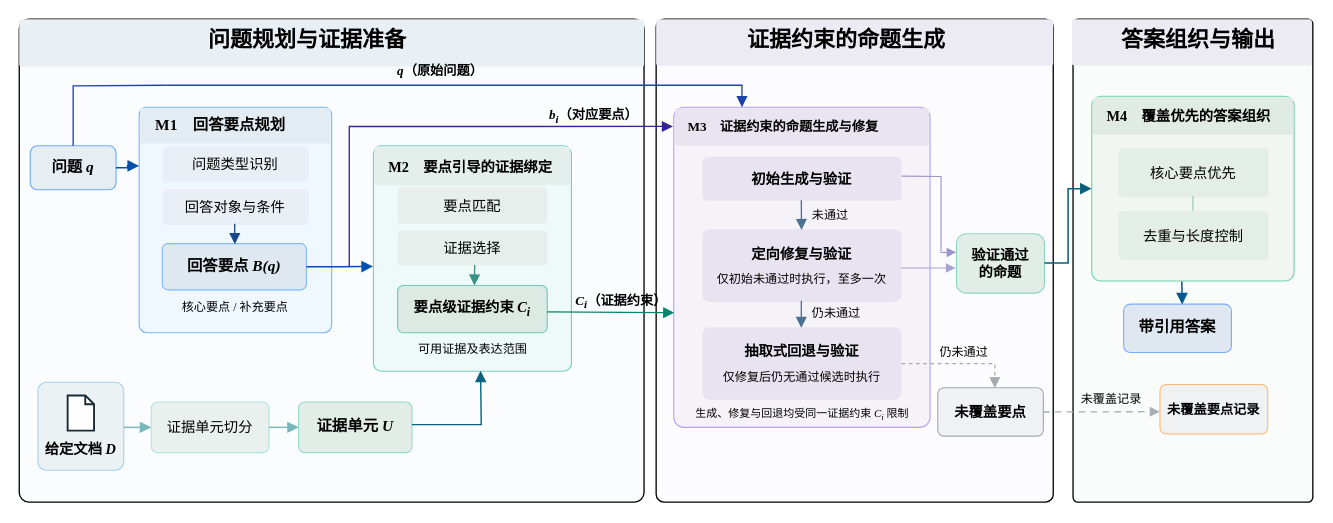
The draw.io diagram 20261019方法框架图.drawio in handsome-tony/picture, before the edit. Source tidied: cells renumbered, new cells numbered last; positions are measured from the earlier drawing's top-left corner, leaving out a move shared by most shapes. Both pictures are drawn from the tidied source at 110%, with x=0, y=0 at pixel (19, 19).
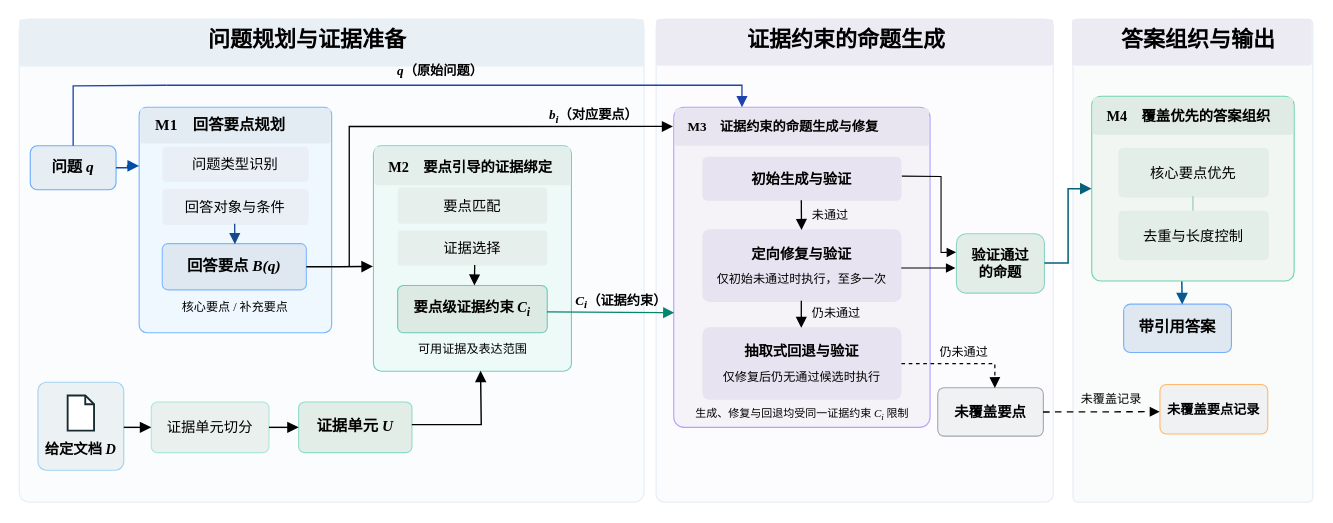
After the change.

Commit message:
更新20261019方法框架图.drawio

The change refers to these unchanged cells:
```xml
<mxCell id="13" value="回答要点 &lt;i&gt;B(q)&lt;/i&gt;" style="rounded=1;arcSize=12;whiteSpace=wrap;html=1;fillColor=#DFE8F0;strokeColor=#7EB9FF;strokeWidth=1;fontColor=#000000;fontFamily=Times New Roman;fontSize=14;fontStyle=1;" parent="1" vertex="1">
  <mxGeometry x="130" y="204" width="131" height="42" as="geometry" />
</mxCell>
<mxCell id="16" style="rounded=1;arcSize=10;whiteSpace=wrap;html=1;fillColor=#ECF2F3;strokeColor=#A1D1F2;strokeWidth=1;fontFamily=Times New Roman;fontColor=#000000;" parent="1" vertex="1">
  <mxGeometry x="17" y="330" width="78" height="80" as="geometry" />
</mxCell>
<mxCell id="22" value="证据单元切分" style="rounded=1;arcSize=12;whiteSpace=wrap;html=1;fillColor=#E9F0ED;strokeColor=#ACE7D7;strokeWidth=1;fontColor=#000000;fontFamily=Times New Roman;fontSize=13;" parent="1" vertex="1">
  <mxGeometry x="120" y="348" width="107" height="46" as="geometry" />
</mxCell>
<mxCell id="23" value="证据单元 &lt;i&gt;U&lt;/i&gt;" style="rounded=1;arcSize=12;whiteSpace=wrap;html=1;fillColor=#E3EDE8;strokeColor=#91DCC7;strokeWidth=1;fontColor=#000000;fontFamily=Times New Roman;fontSize=14;fontStyle=1;" parent="1" vertex="1">
  <mxGeometry x="254" y="348" width="103" height="46" as="geometry" />
</mxCell>
<mxCell id="24" style="rounded=1;arcSize=4;whiteSpace=wrap;html=1;fillColor=#EDFAF7;strokeColor=#73CFC3;strokeWidth=1;fontFamily=Times New Roman;fontColor=#000000;" parent="1" vertex="1">
  <mxGeometry x="322" y="115" width="180" height="205" as="geometry" />
</mxCell>
<mxCell id="27" value="证据选择" style="rounded=1;arcSize=10;whiteSpace=wrap;html=1;fillColor=#E7EFED;strokeColor=none;fontColor=#000000;fontFamily=Times New Roman;fontSize=13;" parent="1" vertex="1">
  <mxGeometry x="344" y="192" width="136" height="32" as="geometry" />
</mxCell>
<mxCell id="28" value="要点级证据约束 &lt;i&gt;C&lt;sub&gt;i&lt;/sub&gt;&lt;/i&gt;" style="rounded=1;arcSize=12;whiteSpace=wrap;html=1;fillColor=#DDE9E3;strokeColor=#6BCCB7;strokeWidth=1;fontColor=#000000;fontFamily=Times New Roman;fontSize=13;fontStyle=1;" parent="1" vertex="1">
  <mxGeometry x="344" y="242" width="136" height="43" as="geometry" />
</mxCell>
<mxCell id="30" style="rounded=1;arcSize=4;whiteSpace=wrap;html=1;fillColor=#F5F3F8;strokeColor=#B3A0FF;strokeWidth=1;fontFamily=Times New Roman;fontColor=#000000;" parent="1" vertex="1">
  <mxGeometry x="595" y="80" width="233" height="291" as="geometry" />
</mxCell>
<mxCell id="32" value="初始生成与验证" style="rounded=1;arcSize=12;whiteSpace=wrap;html=1;fillColor=#E8E3F0;strokeColor=none;fontColor=#000000;fontFamily=Times New Roman;fontSize=13;fontStyle=1;" parent="1" vertex="1">
  <mxGeometry x="621" y="125" width="181" height="40" as="geometry" />
</mxCell>
<mxCell id="33" value="&lt;div style=&quot;font-size:13px;font-weight:bold;&quot;&gt;定向修复与验证&lt;/div&gt;&lt;div style=&quot;font-size:11px;margin-top:8px;&quot;&gt;仅初始未通过时执行，至多一次&lt;/div&gt;" style="rounded=1;arcSize=10;whiteSpace=wrap;html=1;fillColor=#E8E3F0;strokeColor=none;fontColor=#000000;fontFamily=Times New Roman;fontSize=12;spacing=5;" parent="1" vertex="1">
  <mxGeometry x="621" y="191" width="181" height="66" as="geometry" />
</mxCell>
<mxCell id="34" value="&lt;div style=&quot;font-size:13px;font-weight:bold;&quot;&gt;抽取式回退与验证&lt;/div&gt;&lt;div style=&quot;font-size:11px;margin-top:8px;&quot;&gt;仅修复后仍无通过候选时执行&lt;/div&gt;" style="rounded=1;arcSize=10;whiteSpace=wrap;html=1;fillColor=#E8E3F0;strokeColor=none;fontColor=#000000;fontFamily=Times New Roman;fontSize=12;spacing=5;" parent="1" vertex="1">
  <mxGeometry x="621" y="280" width="181" height="66" as="geometry" />
</mxCell>
<mxCell id="36" value="验证通过&lt;br&gt;的命题" style="rounded=1;arcSize=16;whiteSpace=wrap;html=1;fillColor=#E3EDE8;strokeColor=#8CD5BF;strokeWidth=1;fontColor=#000000;fontFamily=Times New Roman;fontSize=13;fontStyle=1;" parent="1" vertex="1">
  <mxGeometry x="852" y="195" width="80" height="54" as="geometry" />
</mxCell>
<mxCell id="37" value="未覆盖要点" style="rounded=1;arcSize=13;whiteSpace=wrap;html=1;fillColor=#F0F1F3;strokeColor=#A3A6AE;strokeWidth=1;fontColor=#000000;fontFamily=Times New Roman;fontSize=13;fontStyle=1;" parent="1" vertex="1">
  <mxGeometry x="835" y="335" width="96" height="44" as="geometry" />
</mxCell>
<mxCell id="43" value="未覆盖要点记录" style="rounded=1;arcSize=13;whiteSpace=wrap;html=1;fillColor=#F0F1F3;strokeColor=#FFB86D;strokeWidth=1;fontColor=#000000;fontFamily=Times New Roman;fontSize=12;fontStyle=1;" parent="1" vertex="1">
  <mxGeometry x="1037" y="332" width="98" height="45" as="geometry" />
</mxCell>
```

The edit, as a diff of the source:
```diff
@@
-    <mxCell id="3" style="rounded=1;arcSize=2;whiteSpace=wrap;html=1;fillColor=#FAFCFE;strokeColor=#000000;strokeWidth=1.2;fontFamily=Times New Roman;fontColor=#000000;" parent="1" vertex="1">
+    <mxCell id="3" style="rounded=1;arcSize=2;whiteSpace=wrap;html=1;fillColor=#FAFCFE;strokeColor=#E8EFF5;strokeWidth=1.2;fontFamily=Times New Roman;fontColor=#000000;" parent="1" vertex="1">
       <mxGeometry width="568" height="439" as="geometry" />
     </mxCell>
-    <mxCell id="4" style="rounded=1;arcSize=2;whiteSpace=wrap;html=1;fillColor=#FCFBFD;strokeColor=#000000;strokeWidth=1.2;fontFamily=Times New Roman;fontColor=#000000;" parent="1" vertex="1">
+    <mxCell id="4" style="rounded=1;arcSize=2;whiteSpace=wrap;html=1;fillColor=#FCFBFD;strokeColor=#E8EFF5;strokeWidth=1.2;fontFamily=Times New Roman;fontColor=#000000;" parent="1" vertex="1">
       <mxGeometry x="579" width="361" height="439" as="geometry" />
     </mxCell>
-    <mxCell id="5" style="rounded=1;arcSize=2;whiteSpace=wrap;html=1;fillColor=#FAFCFB;strokeColor=#000000;strokeWidth=1.2;fontFamily=Times New Roman;fontColor=#000000;" parent="1" vertex="1">
+    <mxCell id="5" style="rounded=1;arcSize=2;whiteSpace=wrap;html=1;fillColor=#FAFCFB;strokeColor=#E8EFF5;strokeWidth=1.2;fontFamily=Times New Roman;fontColor=#000000;" parent="1" vertex="1">
       <mxGeometry x="958" width="218" height="439" as="geometry" />
     </mxCell>
@@
-    <mxCell id="49" style="edgeStyle=orthogonalEdgeStyle;rounded=0;html=1;endArrow=block;endFill=1;endSize=7;strokeColor=#004EB2;strokeWidth=1.4;entryX=-0.002;entryY=0.535;entryDx=0;entryDy=0;entryPerimeter=0;exitX=1;exitY=0.5;exitDx=0;exitDy=0;fontFamily=Times New Roman;fontColor=#000000;" parent="1" edge="1" source="13" target="24">
+    <mxCell id="49" style="edgeStyle=orthogonalEdgeStyle;rounded=0;html=1;endArrow=block;endFill=1;endSize=7;strokeColor=#000000;strokeWidth=1.4;entryX=-0.002;entryY=0.535;entryDx=0;entryDy=0;entryPerimeter=0;exitX=1;exitY=0.5;exitDx=0;exitDy=0;fontFamily=Times New Roman;fontColor=#000000;" parent="1" edge="1" source="13" target="24">
       <mxGeometry relative="1" as="geometry" />
     </mxCell>
-    <mxCell id="50" style="edgeStyle=orthogonalEdgeStyle;rounded=0;html=1;endArrow=block;endFill=1;endSize=7;strokeColor=#79B9BC;strokeWidth=1.3;exitX=1;exitY=0.5125;entryX=0;entryY=0.5;fontFamily=Times New Roman;fontColor=#000000;" parent="1" edge="1" source="16" target="22">
+    <mxCell id="50" style="edgeStyle=orthogonalEdgeStyle;rounded=0;html=1;endArrow=block;endFill=1;endSize=7;strokeColor=#000000;strokeWidth=1.3;exitX=1;exitY=0.5125;entryX=0;entryY=0.5;fontFamily=Times New Roman;fontColor=#000000;" parent="1" edge="1" source="16" target="22">
       <mxGeometry relative="1" as="geometry" />
     </mxCell>
-    <mxCell id="51" style="edgeStyle=orthogonalEdgeStyle;rounded=0;html=1;endArrow=block;endFill=1;endSize=7;strokeColor=#77B7B9;strokeWidth=1.3;exitX=1;exitY=0.5;entryX=0;entryY=0.5;fontFamily=Times New Roman;fontColor=#000000;" parent="1" edge="1" source="22" target="23">
+    <mxCell id="51" style="edgeStyle=orthogonalEdgeStyle;rounded=0;html=1;endArrow=block;endFill=1;endSize=7;strokeColor=#000000;strokeWidth=1.3;exitX=1;exitY=0.5;entryX=0;entryY=0.5;fontFamily=Times New Roman;fontColor=#000000;" parent="1" edge="1" source="22" target="23">
       <mxGeometry relative="1" as="geometry" />
     </mxCell>
-    <mxCell id="52" style="edgeStyle=none;rounded=0;html=1;endArrow=block;endFill=1;endSize=7;strokeColor=#086481;strokeWidth=1.3;exitX=0.999;exitY=0.446;exitDx=0;exitDy=0;exitPerimeter=0;entryX=0.541;entryY=0.998;entryDx=0;entryDy=0;entryPerimeter=0;fontFamily=Times New Roman;fontColor=#000000;" parent="1" edge="1" source="23" target="24">
+    <mxCell id="52" style="edgeStyle=none;rounded=0;html=1;endArrow=block;endFill=1;endSize=7;strokeColor=#000000;strokeWidth=1.3;exitX=0.999;exitY=0.446;exitDx=0;exitDy=0;exitPerimeter=0;entryX=0.541;entryY=0.998;entryDx=0;entryDy=0;entryPerimeter=0;fontFamily=Times New Roman;fontColor=#000000;" parent="1" edge="1" source="23" target="24">
       <mxGeometry relative="1" as="geometry">
         <Array as="points">
           <mxPoint x="420" y="368.5" />
         </Array>
       </mxGeometry>
     </mxCell>
-    <mxCell id="53" style="edgeStyle=none;rounded=0;html=1;endArrow=block;endFill=1;endSize=7;strokeColor=#3E8F84;strokeWidth=1.2;exitX=0.515;exitY=0.981;exitDx=0;exitDy=0;exitPerimeter=0;entryX=0.513;entryY=0.001;entryDx=0;entryDy=0;entryPerimeter=0;fontFamily=Times New Roman;fontColor=#000000;" parent="1" edge="1" source="27" target="28">
+    <mxCell id="53" style="edgeStyle=none;rounded=0;html=1;endArrow=block;endFill=1;endSize=7;strokeColor=#000000;strokeWidth=1.2;exitX=0.515;exitY=0.981;exitDx=0;exitDy=0;exitPerimeter=0;entryX=0.513;entryY=0.001;entryDx=0;entryDy=0;entryPerimeter=0;fontFamily=Times New Roman;fontColor=#000000;" parent="1" edge="1" source="27" target="28">
       <mxGeometry relative="1" as="geometry" />
     </mxCell>
-    <mxCell id="54" style="edgeStyle=orthogonalEdgeStyle;rounded=0;html=1;endArrow=block;endFill=1;endSize=7;strokeColor=#352393;strokeWidth=1.2;entryX=-0.003;entryY=0.06;entryDx=0;entryDy=0;entryPerimeter=0;fontFamily=Times New Roman;fontColor=#000000;" parent="1" edge="1" target="30">
+    <mxCell id="54" style="edgeStyle=orthogonalEdgeStyle;rounded=0;html=1;endArrow=block;endFill=1;endSize=7;strokeColor=#000000;strokeWidth=1.2;entryX=-0.003;entryY=0.06;entryDx=0;entryDy=0;entryPerimeter=0;fontFamily=Times New Roman;fontColor=#000000;" parent="1" edge="1" target="30">
       <mxGeometry relative="1" as="geometry">
         <mxPoint x="300" y="225" as="sourcePoint" />
         <Array as="points">
           <mxPoint x="300" y="214.5" />
           <mxPoint x="300" y="97.5" />
         </Array>
       </mxGeometry>
     </mxCell>
@@
-    <mxCell id="56" style="edgeStyle=none;rounded=0;html=1;endArrow=block;endFill=1;endSize=7;strokeColor=#4D7195;strokeWidth=1.2;exitX=0.497;exitY=0.988;exitDx=0;exitDy=0;exitPerimeter=0;entryX=0.498;entryY=0.009;entryDx=0;entryDy=0;entryPerimeter=0;fontFamily=Times New Roman;fontColor=#000000;" parent="1" edge="1" source="32" target="33">
+    <mxCell id="56" style="edgeStyle=none;rounded=0;html=1;endArrow=block;endFill=1;endSize=7;strokeColor=#000000;strokeWidth=1.2;exitX=0.497;exitY=0.988;exitDx=0;exitDy=0;exitPerimeter=0;entryX=0.498;entryY=0.009;entryDx=0;entryDy=0;entryPerimeter=0;fontFamily=Times New Roman;fontColor=#000000;" parent="1" edge="1" source="32" target="33">
       <mxGeometry relative="1" as="geometry" />
     </mxCell>
@@
-    <mxCell id="58" style="edgeStyle=none;rounded=0;html=1;endArrow=block;endFill=1;endSize=7;strokeColor=#4D7195;strokeWidth=1.2;exitX=0.497;exitY=0.983;exitDx=0;exitDy=0;exitPerimeter=0;entryX=0.497;entryY=0.008;entryDx=0;entryDy=0;entryPerimeter=0;fontFamily=Times New Roman;fontColor=#000000;" parent="1" edge="1" source="33" target="34">
+    <mxCell id="58" style="edgeStyle=none;rounded=0;html=1;endArrow=block;endFill=1;endSize=7;strokeColor=#000000;strokeWidth=1.2;exitX=0.497;exitY=0.983;exitDx=0;exitDy=0;exitPerimeter=0;entryX=0.497;entryY=0.008;entryDx=0;entryDy=0;entryPerimeter=0;fontFamily=Times New Roman;fontColor=#000000;" parent="1" edge="1" source="33" target="34">
       <mxGeometry relative="1" as="geometry" />
     </mxCell>
@@
-    <mxCell id="60" style="edgeStyle=none;rounded=0;html=1;endArrow=block;endFill=1;endSize=6;strokeColor=#9C94CD;strokeWidth=1;entryX=-0.004;entryY=0.312;entryDx=0;entryDy=0;entryPerimeter=0;exitX=1.002;exitY=0.441;exitDx=0;exitDy=0;exitPerimeter=0;fontFamily=Times New Roman;fontColor=#000000;" parent="1" edge="1" source="32" target="36">
+    <mxCell id="60" style="edgeStyle=none;rounded=0;html=1;endArrow=block;endFill=1;endSize=6;strokeColor=#000000;strokeWidth=1;entryX=-0.004;entryY=0.312;entryDx=0;entryDy=0;entryPerimeter=0;exitX=1.002;exitY=0.441;exitDx=0;exitDy=0;exitPerimeter=0;fontFamily=Times New Roman;fontColor=#000000;" parent="1" edge="1" source="32" target="36">
       <mxGeometry relative="1" as="geometry">
         <Array as="points">
           <mxPoint x="838" y="143" />
           <mxPoint x="838" y="212" />
         </Array>
       </mxGeometry>
     </mxCell>
-    <mxCell id="61" style="edgeStyle=none;rounded=0;html=1;startArrow=none;startFill=0;startSize=6;endArrow=block;endFill=1;endSize=6;strokeColor=#A8A1CF;strokeWidth=1;exitX=0.999;exitY=0.532;exitDx=0;exitDy=0;entryX=-0.012;entryY=0.575;entryDx=0;entryDy=0;entryPerimeter=0;exitPerimeter=0;fontFamily=Times New Roman;fontColor=#000000;" parent="1" edge="1" source="33" target="36">
+    <mxCell id="61" style="edgeStyle=none;rounded=0;html=1;startArrow=none;startFill=0;startSize=6;endArrow=block;endFill=1;endSize=6;strokeColor=#000000;strokeWidth=1;exitX=0.999;exitY=0.532;exitDx=0;exitDy=0;entryX=-0.012;entryY=0.575;entryDx=0;entryDy=0;entryPerimeter=0;exitPerimeter=0;fontFamily=Times New Roman;fontColor=#000000;" parent="1" edge="1" source="33" target="36">
       <mxGeometry relative="1" as="geometry">
         <Array as="points">
           <mxPoint x="840" y="226.1" />
         </Array>
       </mxGeometry>
     </mxCell>
-    <mxCell id="62" style="edgeStyle=orthogonalEdgeStyle;rounded=0;html=1;endArrow=block;endFill=1;endSize=7;strokeColor=#A7A9AF;strokeWidth=1.1;exitX=1;exitY=0.5;exitDx=0;exitDy=0;entryX=0.541;entryY=0.005;entryDx=0;entryDy=0;dashed=1;entryPerimeter=0;fontFamily=Times New Roman;fontColor=#000000;" parent="1" edge="1" source="34" target="37">
+    <mxCell id="62" style="edgeStyle=orthogonalEdgeStyle;rounded=0;html=1;endArrow=block;endFill=1;endSize=7;strokeColor=#000000;strokeWidth=1.1;exitX=1;exitY=0.5;exitDx=0;exitDy=0;entryX=0.541;entryY=0.005;entryDx=0;entryDy=0;dashed=1;entryPerimeter=0;fontFamily=Times New Roman;fontColor=#000000;" parent="1" edge="1" source="34" target="37">
       <mxGeometry relative="1" as="geometry" />
     </mxCell>
@@
-    <mxCell id="66" style="edgeStyle=none;rounded=0;html=1;dashed=1;dashPattern=5 4;startArrow=none;startFill=0;startSize=0;endArrow=block;endFill=1;endSize=6;strokeColor=#A8AFB7;strokeWidth=1.2;exitX=0.997;exitY=0.501;exitDx=0;exitDy=0;exitPerimeter=0;entryX=-0.002;entryY=0.55;entryDx=0;entryDy=0;entryPerimeter=0;fontFamily=Times New Roman;fontColor=#000000;" parent="1" edge="1" source="37" target="43">
+    <mxCell id="66" style="edgeStyle=none;rounded=0;html=1;dashed=1;dashPattern=5 4;startArrow=none;startFill=0;startSize=0;endArrow=block;endFill=1;endSize=6;strokeColor=#000000;strokeWidth=1.2;exitX=0.997;exitY=0.501;exitDx=0;exitDy=0;exitPerimeter=0;entryX=-0.002;entryY=0.55;entryDx=0;entryDy=0;entryPerimeter=0;fontFamily=Times New Roman;fontColor=#000000;" parent="1" edge="1" source="37" target="43">
       <mxGeometry relative="1" as="geometry" />
     </mxCell>
```
